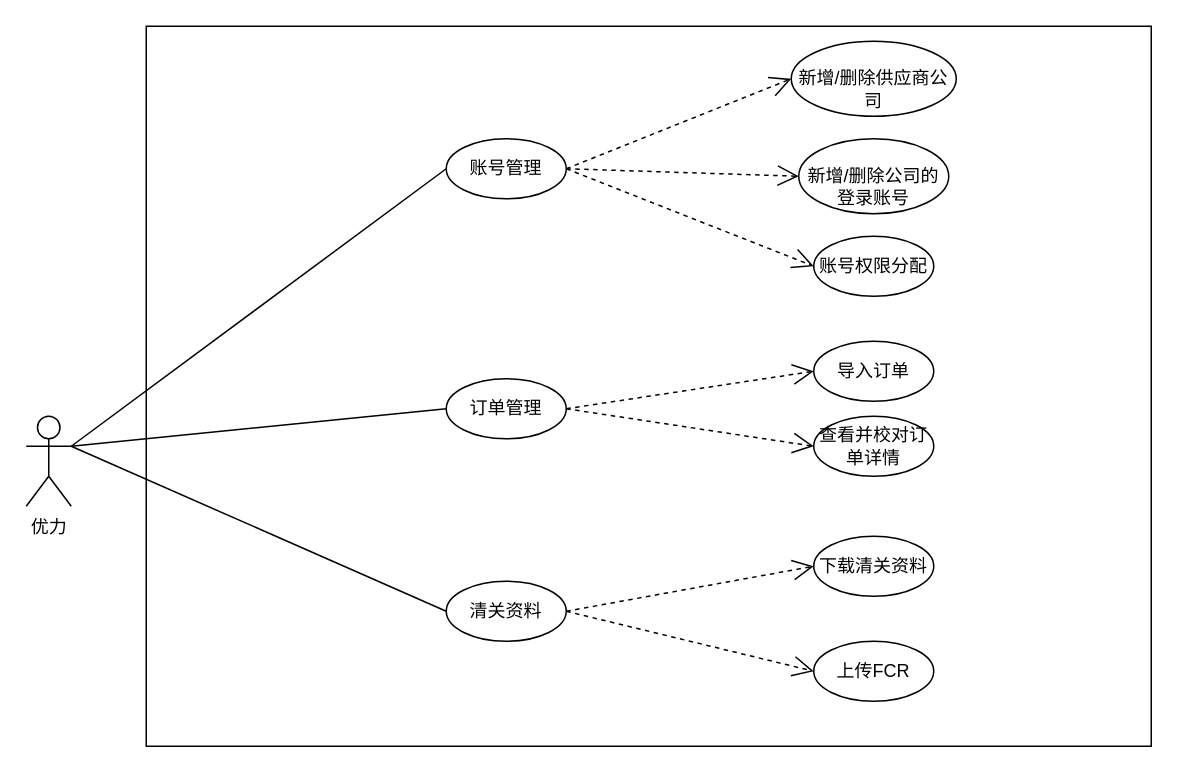
Earlier version of the draw.io diagram page "优力用例图" (8 of 32) of wbooking docs/进区预约系统.drawio (sxc-one/e-conitl). Source tidied: cells renumbered, new cells numbered last; positions are measured from the earlier drawing's top-left corner, leaving out a move shared by most shapes. Both pictures are drawn from the tidied source at 150%, with x=0, y=0 at pixel (26, 26).
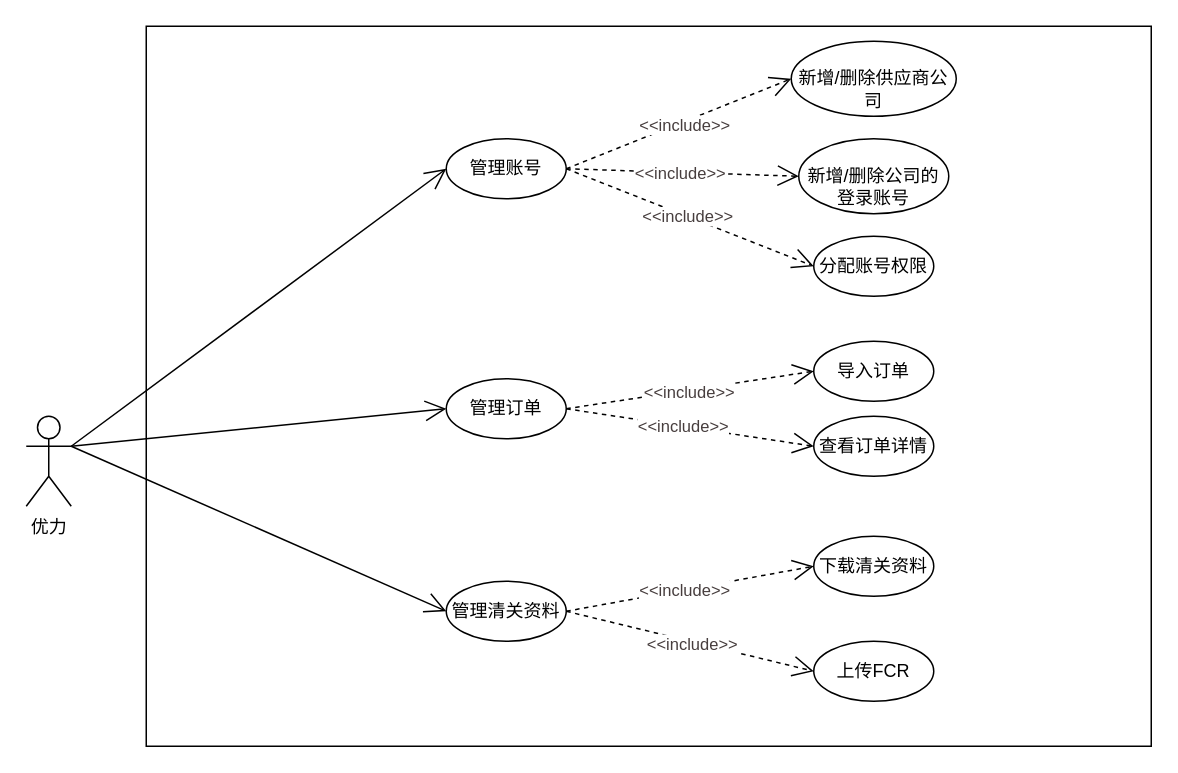
The same diagram, later.

The change refers to these unchanged cells:
```xml
<mxCell id="17" style="endArrow=open;endSize=12;dashed=1;html=1;rounded=0;elbow=vertical;entryX=0;entryY=0.5;entryDx=0;entryDy=0;exitX=1;exitY=0.5;exitDx=0;exitDy=0;" parent="1" edge="1" source="5" target="7">
  <mxGeometry relative="1" as="geometry" />
</mxCell>
<mxCell id="18" style="endArrow=open;endSize=12;dashed=1;html=1;rounded=0;elbow=vertical;entryX=0;entryY=0.5;entryDx=0;entryDy=0;exitX=1;exitY=0.5;exitDx=0;exitDy=0;" parent="1" edge="1" source="5" target="8">
  <mxGeometry relative="1" as="geometry" />
</mxCell>
<mxCell id="19" style="endArrow=open;endSize=12;dashed=1;html=1;rounded=0;elbow=vertical;entryX=0;entryY=0.5;entryDx=0;entryDy=0;exitX=1;exitY=0.5;exitDx=0;exitDy=0;" parent="1" edge="1" source="5" target="9">
  <mxGeometry relative="1" as="geometry" />
</mxCell>
<mxCell id="20" style="endArrow=open;endSize=12;dashed=1;html=1;rounded=0;elbow=vertical;entryX=0;entryY=0.5;entryDx=0;entryDy=0;exitX=1;exitY=0.5;exitDx=0;exitDy=0;" parent="1" edge="1" source="4" target="10">
  <mxGeometry relative="1" as="geometry" />
</mxCell>
<mxCell id="21" style="endArrow=open;endSize=12;dashed=1;html=1;rounded=0;elbow=vertical;entryX=0;entryY=0.5;entryDx=0;entryDy=0;exitX=1;exitY=0.5;exitDx=0;exitDy=0;" parent="1" edge="1" source="4" target="11">
  <mxGeometry relative="1" as="geometry" />
</mxCell>
<mxCell id="22" style="endArrow=open;endSize=12;dashed=1;html=1;rounded=0;elbow=vertical;entryX=0;entryY=0.5;entryDx=0;entryDy=0;exitX=1;exitY=0.5;exitDx=0;exitDy=0;" parent="1" edge="1" source="6" target="13">
  <mxGeometry relative="1" as="geometry" />
</mxCell>
<mxCell id="23" style="endArrow=open;endSize=12;dashed=1;html=1;rounded=0;elbow=vertical;entryX=0;entryY=0.5;entryDx=0;entryDy=0;exitX=1;exitY=0.5;exitDx=0;exitDy=0;" parent="1" edge="1" source="6" target="12">
  <mxGeometry relative="1" as="geometry" />
</mxCell>
```

Change to the diagram source:
```diff
@@
-    <mxCell id="4" value="订单管理" style="ellipse;whiteSpace=wrap;html=1;" parent="1" vertex="1">
+    <mxCell id="4" value="管理订单" style="ellipse;whiteSpace=wrap;html=1;" parent="1" vertex="1">
       <mxGeometry x="280" y="235" width="80" height="40" as="geometry" />
     </mxCell>
-    <mxCell id="5" value="账号管理" style="ellipse;whiteSpace=wrap;html=1;" parent="1" vertex="1">
+    <mxCell id="5" value="管理账号" style="ellipse;whiteSpace=wrap;html=1;" parent="1" vertex="1">
       <mxGeometry x="280" y="75" width="80" height="40" as="geometry" />
     </mxCell>
-    <mxCell id="6" value="清关资料" style="ellipse;whiteSpace=wrap;html=1;" parent="1" vertex="1">
+    <mxCell id="6" value="管理清关资料" style="ellipse;whiteSpace=wrap;html=1;" parent="1" vertex="1">
       <mxGeometry x="280" y="370" width="80" height="40" as="geometry" />
     </mxCell>
@@
-    <mxCell id="9" value="账号权限分配" style="ellipse;whiteSpace=wrap;html=1;" parent="1" vertex="1">
+    <mxCell id="9" value="分配账号权限" style="ellipse;whiteSpace=wrap;html=1;" parent="1" vertex="1">
       <mxGeometry x="525" y="140" width="80" height="40" as="geometry" />
     </mxCell>
@@
-    <mxCell id="11" value="查看并校对订单详情" style="ellipse;whiteSpace=wrap;html=1;" parent="1" vertex="1">
+    <mxCell id="11" value="查看订单详情" style="ellipse;whiteSpace=wrap;html=1;" parent="1" vertex="1">
       <mxGeometry x="525" y="260" width="80" height="40" as="geometry" />
     </mxCell>
@@
-    <mxCell id="14" style="endArrow=none;html=1;rounded=0;elbow=vertical;entryX=0;entryY=0.5;entryDx=0;entryDy=0;" parent="1" edge="1" target="5">
+    <mxCell id="14" style="endArrow=open;html=1;rounded=0;elbow=vertical;entryX=0;entryY=0.5;entryDx=0;entryDy=0;targetPerimeterSpacing=0;endFill=0;endSize=12;" parent="1" edge="1" target="5">
       <mxGeometry relative="1" as="geometry">
         <mxPoint x="30" y="280" as="sourcePoint" />
       </mxGeometry>
     </mxCell>
-    <mxCell id="15" style="endArrow=none;html=1;rounded=0;elbow=vertical;entryX=0;entryY=0.5;entryDx=0;entryDy=0;" parent="1" edge="1" target="4">
+    <mxCell id="15" style="endArrow=open;html=1;rounded=0;elbow=vertical;entryX=0;entryY=0.5;entryDx=0;entryDy=0;endFill=0;endSize=12;" parent="1" edge="1" target="4">
       <mxGeometry relative="1" as="geometry">
         <mxPoint x="30" y="280" as="sourcePoint" />
       </mxGeometry>
     </mxCell>
-    <mxCell id="16" style="endArrow=none;html=1;rounded=0;elbow=vertical;entryX=0;entryY=0.5;entryDx=0;entryDy=0;" parent="1" edge="1" target="6">
+    <mxCell id="16" style="endArrow=open;html=1;rounded=0;elbow=vertical;entryX=0;entryY=0.5;entryDx=0;entryDy=0;endFill=0;endSize=12;" parent="1" edge="1" target="6">
       <mxGeometry relative="1" as="geometry">
         <mxPoint x="30" y="280" as="sourcePoint" />
       </mxGeometry>
     </mxCell>
@@
+    <mxCell id="24" value="&lt;font color=&quot;#473e3e&quot; style=&quot;font-size: 11px;&quot;&gt;&amp;lt;&amp;lt;include&amp;gt;&amp;gt;&lt;/font&gt;" style="edgeLabel;html=1;align=center;verticalAlign=middle;" parent="17" vertex="1">
+      <mxGeometry x="0.04" y="-2" relative="1" as="geometry" />
+    </mxCell>
@@
+    <mxCell id="25" value="&amp;lt;&amp;lt;include&amp;gt;&amp;gt;" style="edgeLabel;html=1;align=center;verticalAlign=middle;fontSize=11;fontColor=#473e3e;" parent="18" vertex="1">
+      <mxGeometry x="-0.02" relative="1" as="geometry" />
+    </mxCell>
@@
+    <mxCell id="26" value="&amp;lt;&amp;lt;include&amp;gt;&amp;gt;" style="edgeLabel;html=1;align=center;verticalAlign=middle;fontSize=11;fontColor=#473e3e;" parent="19" vertex="1">
+      <mxGeometry x="-0.02" relative="1" as="geometry" />
+    </mxCell>
@@
+    <mxCell id="27" value="&amp;lt;&amp;lt;include&amp;gt;&amp;gt;" style="edgeLabel;html=1;align=center;verticalAlign=middle;fontSize=11;fontColor=#473e3e;" parent="20" vertex="1">
+      <mxGeometry x="-0.02" y="-1" relative="1" as="geometry" />
+    </mxCell>
@@
+    <mxCell id="28" value="&amp;lt;&amp;lt;include&amp;gt;&amp;gt;" style="edgeLabel;html=1;align=center;verticalAlign=middle;fontSize=11;fontColor=#473e3e;" parent="21" vertex="1">
+      <mxGeometry x="-0.06" relative="1" as="geometry" />
+    </mxCell>
@@
+    <mxCell id="29" value="&amp;lt;&amp;lt;include&amp;gt;&amp;gt;" style="edgeLabel;html=1;align=center;verticalAlign=middle;fontSize=11;fontColor=#473e3e;" parent="22" vertex="1">
+      <mxGeometry x="0.01" y="-1" relative="1" as="geometry" />
+    </mxCell>
@@
+    <mxCell id="30" value="&amp;lt;&amp;lt;include&amp;gt;&amp;gt;" style="edgeLabel;html=1;align=center;verticalAlign=middle;fontSize=11;fontColor=#473e3e;" parent="23" vertex="1">
+      <mxGeometry x="-0.04" relative="1" as="geometry" />
+    </mxCell>
```
